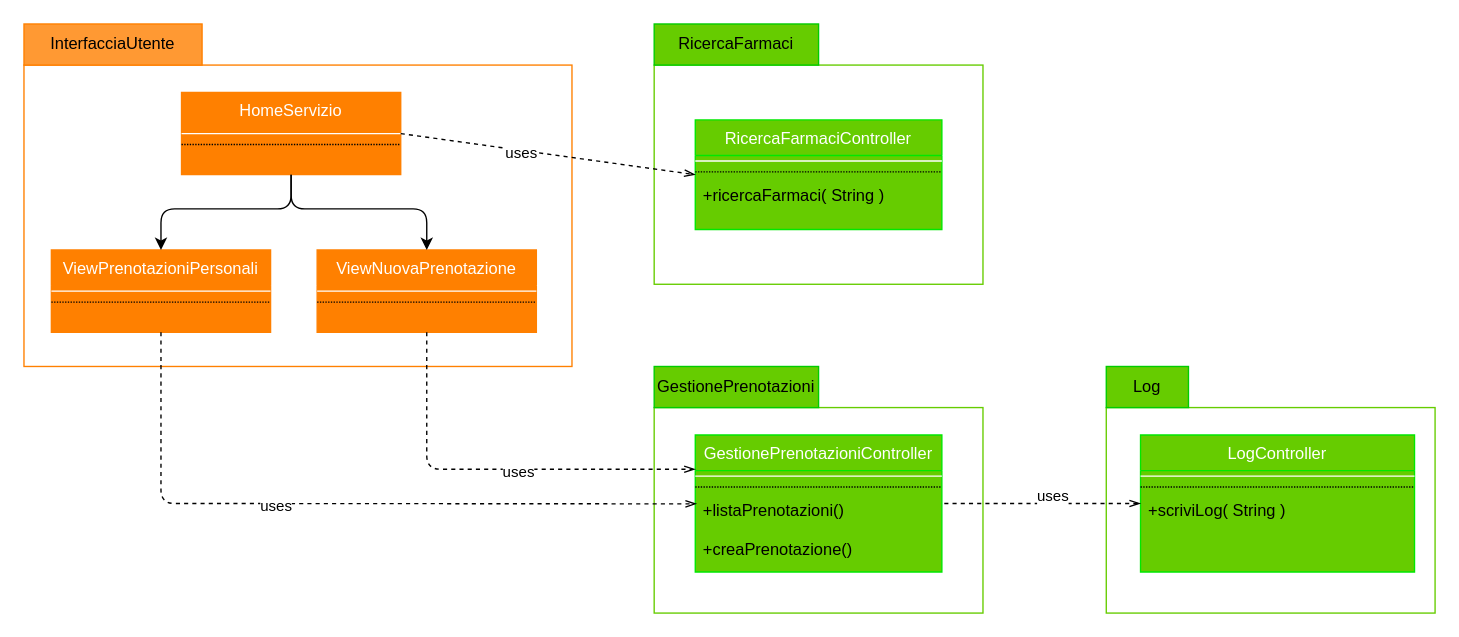
Above: page "Utente" (3 of 4) of drawio/Diagrammi.drawio in lnwor/farmabyte-doc (draw.io), before the change. Source tidied: cells renumbered, new cells numbered last; positions are measured from the earlier drawing's top-left corner, leaving out a move shared by most shapes. Both pictures are drawn from the tidied source at 137%, with x=0, y=0 at pixel (23, 23).
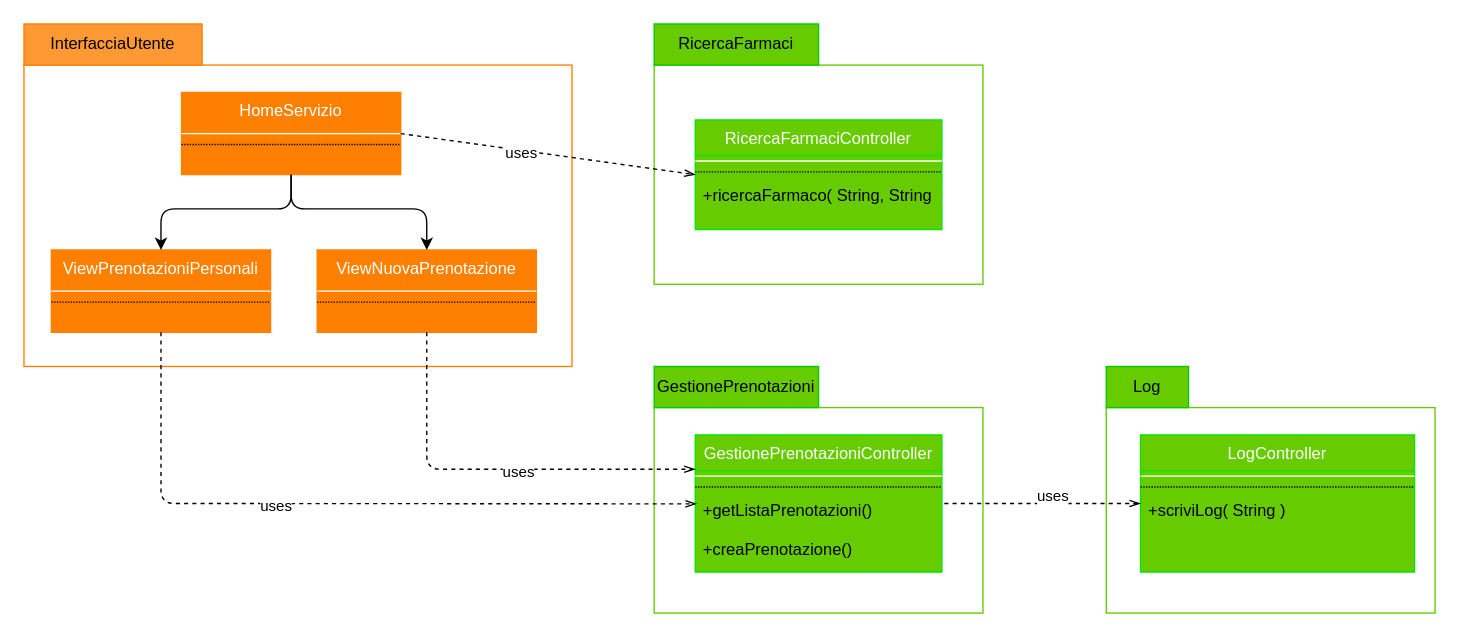
After the change.

The change refers to these unchanged cells:
```xml
<mxCell id="9" value="GestionePrenotazioniController" style="swimlane;fontStyle=0;align=center;verticalAlign=top;horizontal=1;startSize=26;rounded=0;shadow=0;strokeWidth=1;fontColor=#ffffff;swimlaneFillColor=#66CC00;strokeColor=#00E800;fillColor=#66CC00;" parent="1" vertex="1">
  <mxGeometry x="490" y="300" width="180" height="100" as="geometry" />
</mxCell>
<mxCell id="30" value="RicercaFarmaciController" style="swimlane;fontStyle=0;align=center;verticalAlign=top;horizontal=1;startSize=26;rounded=0;shadow=0;strokeWidth=1;fontColor=#ffffff;swimlaneFillColor=#66CC00;strokeColor=#00E800;fillColor=#66CC00;" parent="1" vertex="1">
  <mxGeometry x="490" y="70" width="180" height="80" as="geometry" />
</mxCell>
```

What changed in the source:
```diff
@@
-    <mxCell id="12" value="+listaPrenotazioni()" style="text;align=left;verticalAlign=top;spacingLeft=4;spacingRight=4;overflow=hidden;points=[[0,0.5],[1,0.5]];portConstraint=eastwest;" parent="9" vertex="1">
+    <mxCell id="12" value="+getListaPrenotazioni()" style="text;align=left;verticalAlign=top;spacingLeft=4;spacingRight=4;overflow=hidden;points=[[0,0.5],[1,0.5]];portConstraint=eastwest;" parent="9" vertex="1">
       <mxGeometry y="42" width="180" height="28" as="geometry" />
     </mxCell>
@@
-    <mxCell id="33" value="+ricercaFarmaci( String )" style="text;align=left;verticalAlign=top;spacingLeft=4;spacingRight=4;overflow=hidden;" parent="30" vertex="1">
+    <mxCell id="33" value="+ricercaFarmaco( String, String )" style="text;align=left;verticalAlign=top;spacingLeft=4;spacingRight=4;overflow=hidden;" parent="30" vertex="1">
       <mxGeometry y="42" width="180" height="28" as="geometry" />
     </mxCell>
```
